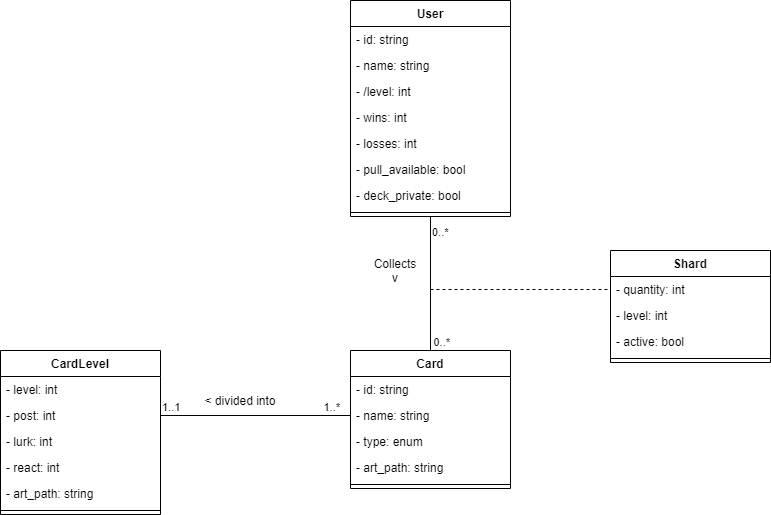
Before: documentation/uml_diagram.png, a diagram exported from draw.io (AlexjHeat/BoulangerieTCG). Source tidied: cells renumbered, new cells last; positions are measured from the earlier drawing's top-left corner, leaving out a move shared by most shapes. Source of this version:
```xml
<mxGraphModel>
  <root>
    <mxCell id="0" />
    <mxCell id="1" parent="0" />
    <mxCell id="2" value="User" style="swimlane;fontStyle=1;align=center;verticalAlign=top;horizontal=1;startSize=26;" parent="1" vertex="1">
      <mxGeometry x="350" width="160" height="216" as="geometry" />
    </mxCell>
    <mxCell id="3" value="- id: string" style="text;strokeColor=none;fillColor=none;align=left;verticalAlign=top;spacingLeft=4;spacingRight=4;overflow=hidden;" parent="2" vertex="1">
      <mxGeometry y="26" width="160" height="26" as="geometry" />
    </mxCell>
    <mxCell id="4" value="- name: string" style="text;strokeColor=none;fillColor=none;align=left;verticalAlign=top;spacingLeft=4;spacingRight=4;overflow=hidden;" parent="2" vertex="1">
      <mxGeometry y="52" width="160" height="26" as="geometry" />
    </mxCell>
    <mxCell id="5" value="- /level: int" style="text;strokeColor=none;fillColor=none;align=left;verticalAlign=top;spacingLeft=4;spacingRight=4;overflow=hidden;" parent="2" vertex="1">
      <mxGeometry y="78" width="160" height="26" as="geometry" />
    </mxCell>
    <mxCell id="6" value="- wins: int" style="text;strokeColor=none;fillColor=none;align=left;verticalAlign=top;spacingLeft=4;spacingRight=4;overflow=hidden;" parent="2" vertex="1">
      <mxGeometry y="104" width="160" height="26" as="geometry" />
    </mxCell>
    <mxCell id="7" value="- losses: int" style="text;strokeColor=none;fillColor=none;align=left;verticalAlign=top;spacingLeft=4;spacingRight=4;overflow=hidden;" parent="2" vertex="1">
      <mxGeometry y="130" width="160" height="26" as="geometry" />
    </mxCell>
    <mxCell id="8" value="- pull_available: bool" style="text;strokeColor=none;fillColor=none;align=left;verticalAlign=top;spacingLeft=4;spacingRight=4;overflow=hidden;" parent="2" vertex="1">
      <mxGeometry y="156" width="160" height="26" as="geometry" />
    </mxCell>
    <mxCell id="9" value="- deck_private: bool" style="text;strokeColor=none;fillColor=none;align=left;verticalAlign=top;spacingLeft=4;spacingRight=4;overflow=hidden;" parent="2" vertex="1">
      <mxGeometry y="182" width="160" height="26" as="geometry" />
    </mxCell>
    <mxCell id="10" style="line;strokeWidth=1;fillColor=none;align=left;verticalAlign=middle;spacingTop=-1;spacingLeft=3;spacingRight=3;labelPosition=right;" parent="2" vertex="1">
      <mxGeometry y="208" width="160" height="8" as="geometry" />
    </mxCell>
    <mxCell id="11" value="Card" style="swimlane;fontStyle=1;align=center;verticalAlign=top;horizontal=1;startSize=26;" parent="1" vertex="1">
      <mxGeometry x="350" y="350" width="160" height="138" as="geometry" />
    </mxCell>
    <mxCell id="12" value="- id: string" style="text;strokeColor=none;fillColor=none;align=left;verticalAlign=top;spacingLeft=4;spacingRight=4;overflow=hidden;" parent="11" vertex="1">
      <mxGeometry y="26" width="160" height="26" as="geometry" />
    </mxCell>
    <mxCell id="13" value="- name: string" style="text;strokeColor=none;fillColor=none;align=left;verticalAlign=top;spacingLeft=4;spacingRight=4;overflow=hidden;points=[[0,0.5],[1,0.5]];portConstraint=eastwest;" parent="11" vertex="1">
      <mxGeometry y="52" width="160" height="26" as="geometry" />
    </mxCell>
    <mxCell id="14" value="- type: enum" style="text;strokeColor=none;fillColor=none;align=left;verticalAlign=top;spacingLeft=4;spacingRight=4;overflow=hidden;" parent="11" vertex="1">
      <mxGeometry y="78" width="160" height="26" as="geometry" />
    </mxCell>
    <mxCell id="15" value="- art_path: string" style="text;strokeColor=none;fillColor=none;align=left;verticalAlign=top;spacingLeft=4;spacingRight=4;overflow=hidden;" parent="11" vertex="1">
      <mxGeometry y="104" width="160" height="26" as="geometry" />
    </mxCell>
    <mxCell id="16" style="line;strokeWidth=1;fillColor=none;align=left;verticalAlign=middle;spacingTop=-1;spacingLeft=3;spacingRight=3;labelPosition=right;" parent="11" vertex="1">
      <mxGeometry y="130" width="160" height="8" as="geometry" />
    </mxCell>
    <mxCell id="17" style="endArrow=none;html=1;edgeStyle=orthogonalEdgeStyle;exitX=0.5;exitY=1;exitDx=0;exitDy=0;entryX=0.5;entryY=0;entryDx=0;entryDy=0;" parent="1" edge="1" source="2" target="11">
      <mxGeometry relative="1" as="geometry" />
    </mxCell>
    <mxCell id="18" value="0..*" style="edgeLabel;html=1;align=left;verticalAlign=bottom;" parent="17" vertex="1">
      <mxGeometry x="-1" relative="1" as="geometry">
        <mxPoint y="24" as="offset" />
      </mxGeometry>
    </mxCell>
    <mxCell id="19" value="0..*" style="edgeLabel;html=1;align=right;verticalAlign=bottom;" parent="17" vertex="1">
      <mxGeometry x="1" relative="1" as="geometry">
        <mxPoint x="20" as="offset" />
      </mxGeometry>
    </mxCell>
    <mxCell id="20" value="CardLevel" style="swimlane;fontStyle=1;align=center;verticalAlign=top;horizontal=1;startSize=26;" parent="1" vertex="1">
      <mxGeometry y="350" width="160" height="164" as="geometry" />
    </mxCell>
    <mxCell id="21" value="- level: int" style="text;strokeColor=none;fillColor=none;align=left;verticalAlign=top;spacingLeft=4;spacingRight=4;overflow=hidden;" parent="20" vertex="1">
      <mxGeometry y="26" width="160" height="26" as="geometry" />
    </mxCell>
    <mxCell id="22" value="- post: int" style="text;strokeColor=none;fillColor=none;align=left;verticalAlign=top;spacingLeft=4;spacingRight=4;overflow=hidden;points=[[0,0.5],[1,0.5]];portConstraint=eastwest;" parent="20" vertex="1">
      <mxGeometry y="52" width="160" height="26" as="geometry" />
    </mxCell>
    <mxCell id="23" value="- lurk: int" style="text;strokeColor=none;fillColor=none;align=left;verticalAlign=top;spacingLeft=4;spacingRight=4;overflow=hidden;" parent="20" vertex="1">
      <mxGeometry y="78" width="160" height="26" as="geometry" />
    </mxCell>
    <mxCell id="24" value="- react: int" style="text;strokeColor=none;fillColor=none;align=left;verticalAlign=top;spacingLeft=4;spacingRight=4;overflow=hidden;" parent="20" vertex="1">
      <mxGeometry y="104" width="160" height="26" as="geometry" />
    </mxCell>
    <mxCell id="25" value="- art_path: string" style="text;strokeColor=none;fillColor=none;align=left;verticalAlign=top;spacingLeft=4;spacingRight=4;overflow=hidden;" parent="20" vertex="1">
      <mxGeometry y="130" width="160" height="26" as="geometry" />
    </mxCell>
    <mxCell id="26" style="line;strokeWidth=1;fillColor=none;align=left;verticalAlign=middle;spacingTop=-1;spacingLeft=3;spacingRight=3;labelPosition=right;" parent="20" vertex="1">
      <mxGeometry y="156" width="160" height="8" as="geometry" />
    </mxCell>
    <mxCell id="27" style="endArrow=none;html=1;edgeStyle=orthogonalEdgeStyle;entryX=0;entryY=0.5;entryDx=0;entryDy=0;exitX=1;exitY=0.5;exitDx=0;exitDy=0;" parent="1" edge="1" source="22" target="13">
      <mxGeometry relative="1" as="geometry" />
    </mxCell>
    <mxCell id="28" value="1..1" style="edgeLabel;html=1;align=left;verticalAlign=bottom;" parent="27" vertex="1">
      <mxGeometry x="-1" relative="1" as="geometry" />
    </mxCell>
    <mxCell id="29" value="1..*" style="edgeLabel;html=1;align=right;verticalAlign=bottom;" parent="27" vertex="1">
      <mxGeometry x="1" relative="1" as="geometry">
        <mxPoint x="-10" as="offset" />
      </mxGeometry>
    </mxCell>
    <mxCell id="30" style="endArrow=none;dashed=1;html=1;entryX=0;entryY=0.5;entryDx=0;entryDy=0;" parent="1" edge="1" target="32">
      <mxGeometry relative="1" as="geometry">
        <mxPoint x="430" y="289" as="sourcePoint" />
      </mxGeometry>
    </mxCell>
    <mxCell id="31" value="Shard" style="swimlane;fontStyle=1;align=center;verticalAlign=top;horizontal=1;startSize=26;" parent="1" vertex="1">
      <mxGeometry x="610" y="250" width="160" height="112" as="geometry" />
    </mxCell>
    <mxCell id="32" value="- quantity: int" style="text;strokeColor=none;fillColor=none;align=left;verticalAlign=top;spacingLeft=4;spacingRight=4;overflow=hidden;points=[[0,0.5],[1,0.5]];portConstraint=eastwest;" parent="31" vertex="1">
      <mxGeometry y="26" width="160" height="26" as="geometry" />
    </mxCell>
    <mxCell id="33" value="- level: int" style="text;strokeColor=none;fillColor=none;align=left;verticalAlign=top;spacingLeft=4;spacingRight=4;overflow=hidden;" parent="31" vertex="1">
      <mxGeometry y="52" width="160" height="26" as="geometry" />
    </mxCell>
    <mxCell id="34" value="- active: bool" style="text;strokeColor=none;fillColor=none;align=left;verticalAlign=top;spacingLeft=4;spacingRight=4;overflow=hidden;" parent="31" vertex="1">
      <mxGeometry y="78" width="160" height="26" as="geometry" />
    </mxCell>
    <mxCell id="35" style="line;strokeWidth=1;fillColor=none;align=left;verticalAlign=middle;spacingTop=-1;spacingLeft=3;spacingRight=3;labelPosition=right;" parent="31" vertex="1">
      <mxGeometry y="104" width="160" height="8" as="geometry" />
    </mxCell>
    <mxCell id="36" value="Collects&lt;br&gt;v" style="text;html=1;strokeColor=none;fillColor=none;align=center;verticalAlign=middle;whiteSpace=wrap;rounded=0;" parent="1" vertex="1">
      <mxGeometry x="370" y="260" width="50" height="20" as="geometry" />
    </mxCell>
    <mxCell id="37" value="&amp;lt; divided into" style="text;html=1;strokeColor=none;fillColor=none;align=center;verticalAlign=middle;whiteSpace=wrap;rounded=0;" parent="1" vertex="1">
      <mxGeometry x="200" y="390" width="80" height="20" as="geometry" />
    </mxCell>
  </root>
</mxGraphModel>
```
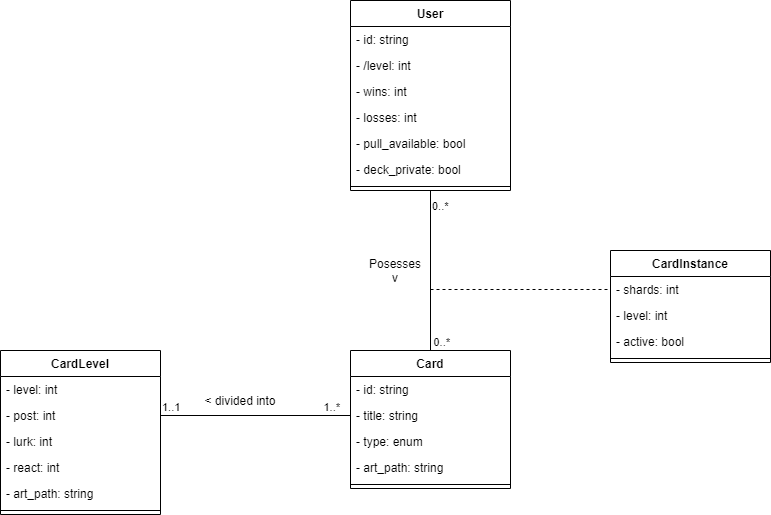
Above is the later version.

Change to the diagram source:
```diff
@@ -3,31 +3,28 @@
     <mxCell id="0" />
     <mxCell id="1" parent="0" />
     <mxCell id="2" value="User" style="swimlane;fontStyle=1;align=center;verticalAlign=top;horizontal=1;startSize=26;" parent="1" vertex="1">
-      <mxGeometry x="350" width="160" height="216" as="geometry" />
+      <mxGeometry x="350" width="160" height="190" as="geometry" />
     </mxCell>
     <mxCell id="3" value="- id: string" style="text;strokeColor=none;fillColor=none;align=left;verticalAlign=top;spacingLeft=4;spacingRight=4;overflow=hidden;" parent="2" vertex="1">
       <mxGeometry y="26" width="160" height="26" as="geometry" />
     </mxCell>
-    <mxCell id="4" value="- name: string" style="text;strokeColor=none;fillColor=none;align=left;verticalAlign=top;spacingLeft=4;spacingRight=4;overflow=hidden;" parent="2" vertex="1">
-      <mxGeometry y="52" width="160" height="26" as="geometry" />
-    </mxCell>
     <mxCell id="5" value="- /level: int" style="text;strokeColor=none;fillColor=none;align=left;verticalAlign=top;spacingLeft=4;spacingRight=4;overflow=hidden;" parent="2" vertex="1">
-      <mxGeometry y="78" width="160" height="26" as="geometry" />
+      <mxGeometry y="52" width="160" height="26" as="geometry" />
     </mxCell>
     <mxCell id="6" value="- wins: int" style="text;strokeColor=none;fillColor=none;align=left;verticalAlign=top;spacingLeft=4;spacingRight=4;overflow=hidden;" parent="2" vertex="1">
-      <mxGeometry y="104" width="160" height="26" as="geometry" />
+      <mxGeometry y="78" width="160" height="26" as="geometry" />
     </mxCell>
     <mxCell id="7" value="- losses: int" style="text;strokeColor=none;fillColor=none;align=left;verticalAlign=top;spacingLeft=4;spacingRight=4;overflow=hidden;" parent="2" vertex="1">
-      <mxGeometry y="130" width="160" height="26" as="geometry" />
+      <mxGeometry y="104" width="160" height="26" as="geometry" />
     </mxCell>
     <mxCell id="8" value="- pull_available: bool" style="text;strokeColor=none;fillColor=none;align=left;verticalAlign=top;spacingLeft=4;spacingRight=4;overflow=hidden;" parent="2" vertex="1">
-      <mxGeometry y="156" width="160" height="26" as="geometry" />
+      <mxGeometry y="130" width="160" height="26" as="geometry" />
     </mxCell>
     <mxCell id="9" value="- deck_private: bool" style="text;strokeColor=none;fillColor=none;align=left;verticalAlign=top;spacingLeft=4;spacingRight=4;overflow=hidden;" parent="2" vertex="1">
-      <mxGeometry y="182" width="160" height="26" as="geometry" />
+      <mxGeometry y="156" width="160" height="26" as="geometry" />
     </mxCell>
     <mxCell id="10" style="line;strokeWidth=1;fillColor=none;align=left;verticalAlign=middle;spacingTop=-1;spacingLeft=3;spacingRight=3;labelPosition=right;" parent="2" vertex="1">
-      <mxGeometry y="208" width="160" height="8" as="geometry" />
+      <mxGeometry y="182" width="160" height="8" as="geometry" />
     </mxCell>
     <mxCell id="11" value="Card" style="swimlane;fontStyle=1;align=center;verticalAlign=top;horizontal=1;startSize=26;" parent="1" vertex="1">
       <mxGeometry x="350" y="350" width="160" height="138" as="geometry" />
@@ -35,7 +32,7 @@
     <mxCell id="12" value="- id: string" style="text;strokeColor=none;fillColor=none;align=left;verticalAlign=top;spacingLeft=4;spacingRight=4;overflow=hidden;" parent="11" vertex="1">
       <mxGeometry y="26" width="160" height="26" as="geometry" />
     </mxCell>
-    <mxCell id="13" value="- name: string" style="text;strokeColor=none;fillColor=none;align=left;verticalAlign=top;spacingLeft=4;spacingRight=4;overflow=hidden;points=[[0,0.5],[1,0.5]];portConstraint=eastwest;" parent="11" vertex="1">
+    <mxCell id="13" value="- title: string" style="text;strokeColor=none;fillColor=none;align=left;verticalAlign=top;spacingLeft=4;spacingRight=4;overflow=hidden;points=[[0,0.5],[1,0.5]];portConstraint=eastwest;" parent="11" vertex="1">
       <mxGeometry y="52" width="160" height="26" as="geometry" />
     </mxCell>
     <mxCell id="14" value="- type: enum" style="text;strokeColor=none;fillColor=none;align=left;verticalAlign=top;spacingLeft=4;spacingRight=4;overflow=hidden;" parent="11" vertex="1">
@@ -97,10 +94,10 @@
         <mxPoint x="430" y="289" as="sourcePoint" />
       </mxGeometry>
     </mxCell>
-    <mxCell id="31" value="Shard" style="swimlane;fontStyle=1;align=center;verticalAlign=top;horizontal=1;startSize=26;" parent="1" vertex="1">
+    <mxCell id="31" value="CardInstance" style="swimlane;fontStyle=1;align=center;verticalAlign=top;horizontal=1;startSize=26;" parent="1" vertex="1">
       <mxGeometry x="610" y="250" width="160" height="112" as="geometry" />
     </mxCell>
-    <mxCell id="32" value="- quantity: int" style="text;strokeColor=none;fillColor=none;align=left;verticalAlign=top;spacingLeft=4;spacingRight=4;overflow=hidden;points=[[0,0.5],[1,0.5]];portConstraint=eastwest;" parent="31" vertex="1">
+    <mxCell id="32" value="- shards: int" style="text;strokeColor=none;fillColor=none;align=left;verticalAlign=top;spacingLeft=4;spacingRight=4;overflow=hidden;points=[[0,0.5],[1,0.5]];portConstraint=eastwest;" parent="31" vertex="1">
       <mxGeometry y="26" width="160" height="26" as="geometry" />
     </mxCell>
     <mxCell id="33" value="- level: int" style="text;strokeColor=none;fillColor=none;align=left;verticalAlign=top;spacingLeft=4;spacingRight=4;overflow=hidden;" parent="31" vertex="1">
@@ -112,7 +109,7 @@
     <mxCell id="35" style="line;strokeWidth=1;fillColor=none;align=left;verticalAlign=middle;spacingTop=-1;spacingLeft=3;spacingRight=3;labelPosition=right;" parent="31" vertex="1">
       <mxGeometry y="104" width="160" height="8" as="geometry" />
     </mxCell>
-    <mxCell id="36" value="Collects&lt;br&gt;v" style="text;html=1;strokeColor=none;fillColor=none;align=center;verticalAlign=middle;whiteSpace=wrap;rounded=0;" parent="1" vertex="1">
+    <mxCell id="36" value="Posesses&lt;br&gt;v" style="text;html=1;strokeColor=none;fillColor=none;align=center;verticalAlign=middle;whiteSpace=wrap;rounded=0;" parent="1" vertex="1">
       <mxGeometry x="370" y="260" width="50" height="20" as="geometry" />
     </mxCell>
     <mxCell id="37" value="&amp;lt; divided into" style="text;html=1;strokeColor=none;fillColor=none;align=center;verticalAlign=middle;whiteSpace=wrap;rounded=0;" parent="1" vertex="1">
```
